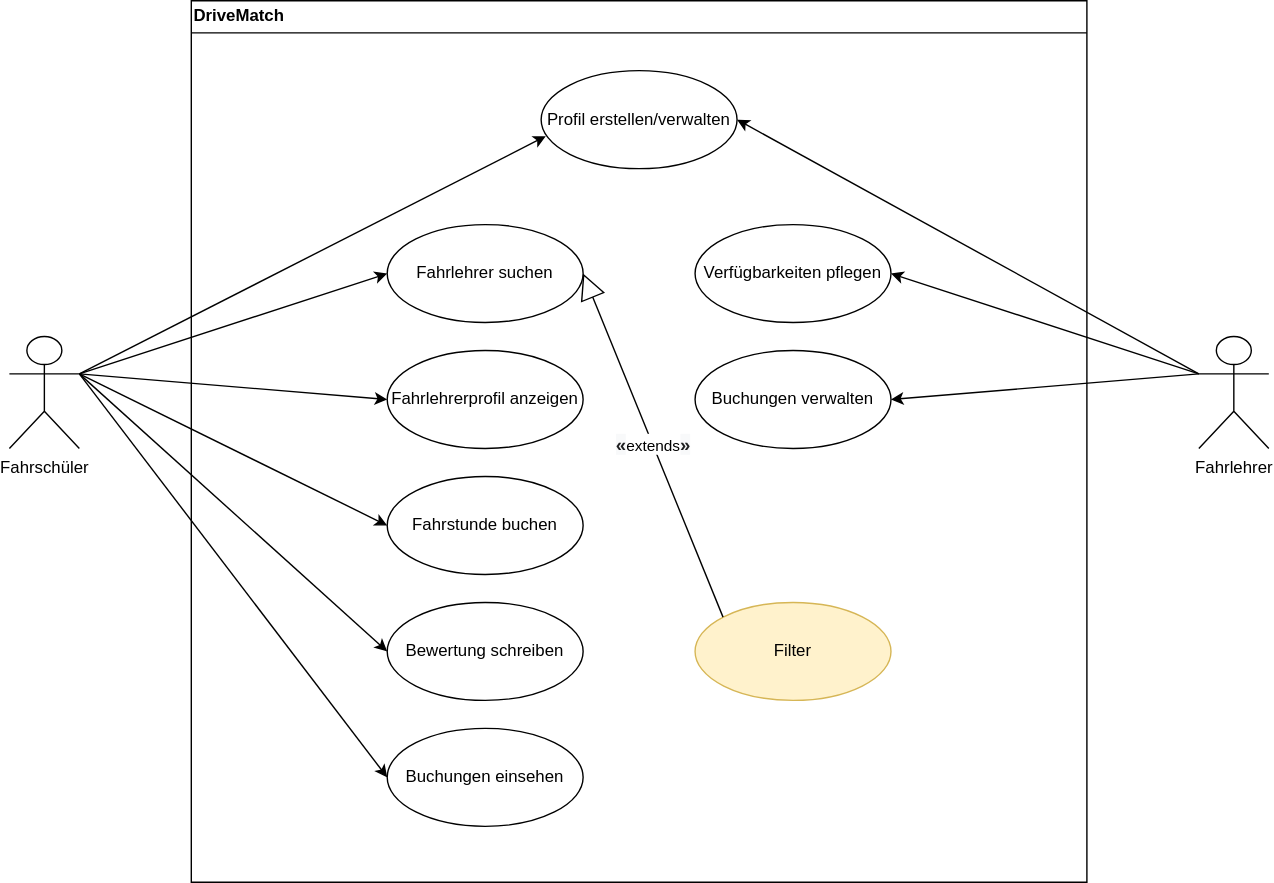
Before: doc/figures/use-case-diagram.drawio.svg, a diagram exported from draw.io (ljodzavsr/Software-Engineering-Semesterprojekt-DriveMatch). Source tidied: cells renumbered, new cells last; positions are measured from the earlier drawing's top-left corner, leaving out a move shared by most shapes.
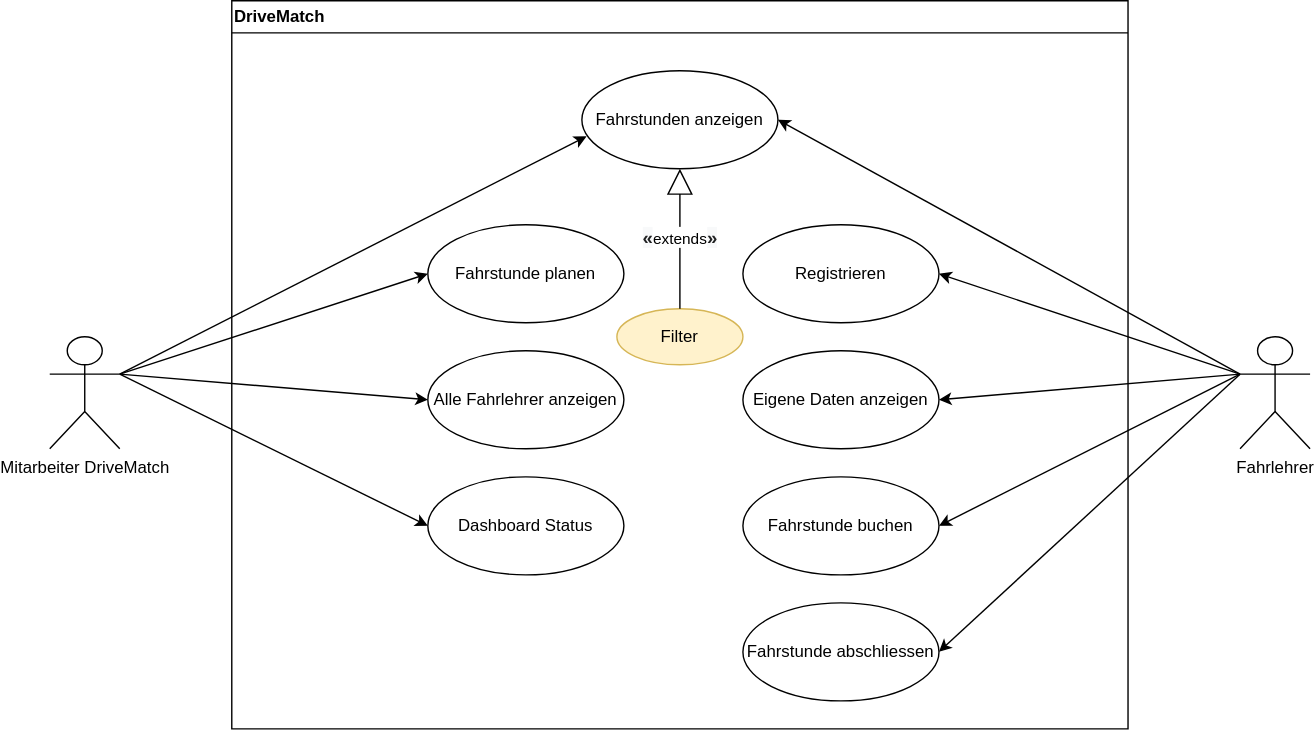
After the change.

Change to the diagram source:
```diff
@@ -6,39 +6,39 @@
       <mxGeometry x="850" y="240" width="50" height="80" as="geometry" />
     </mxCell>
     <mxCell id="3" value="DriveMatch" style="swimlane;whiteSpace=wrap;html=1;align=left;" parent="1" vertex="1">
-      <mxGeometry x="130" width="640" height="630" as="geometry" />
+      <mxGeometry x="130" width="640" height="520" as="geometry" />
     </mxCell>
-    <mxCell id="4" value="Fahrlehrer suchen" style="ellipse;whiteSpace=wrap;html=1;" parent="3" vertex="1">
+    <mxCell id="4" value="Fahrstunde planen" style="ellipse;whiteSpace=wrap;html=1;" parent="3" vertex="1">
       <mxGeometry x="140" y="160" width="140" height="70" as="geometry" />
     </mxCell>
-    <mxCell id="5" value="Fahrstunde buchen" style="ellipse;whiteSpace=wrap;html=1;" parent="3" vertex="1">
+    <mxCell id="5" value="Dashboard Status" style="ellipse;whiteSpace=wrap;html=1;" parent="3" vertex="1">
       <mxGeometry x="140" y="340" width="140" height="70" as="geometry" />
     </mxCell>
-    <mxCell id="6" value="Bewertung schreiben" style="ellipse;whiteSpace=wrap;html=1;" parent="3" vertex="1">
-      <mxGeometry x="140" y="430" width="140" height="70" as="geometry" />
-    </mxCell>
-    <mxCell id="7" value="Fahrlehrerprofil anzeigen" style="ellipse;whiteSpace=wrap;html=1;" parent="3" vertex="1">
+    <mxCell id="7" value="Alle Fahrlehrer anzeigen" style="ellipse;whiteSpace=wrap;html=1;" parent="3" vertex="1">
       <mxGeometry x="140" y="250" width="140" height="70" as="geometry" />
     </mxCell>
-    <mxCell id="8" value="Verfügbarkeiten pflegen" style="ellipse;whiteSpace=wrap;html=1;" parent="3" vertex="1">
-      <mxGeometry x="360" y="160" width="140" height="70" as="geometry" />
+    <mxCell id="8" value="Registrieren" style="ellipse;whiteSpace=wrap;html=1;" parent="3" vertex="1">
+      <mxGeometry x="365" y="160" width="140" height="70" as="geometry" />
     </mxCell>
-    <mxCell id="9" value="Profil erstellen/verwalten" style="ellipse;whiteSpace=wrap;html=1;" parent="3" vertex="1">
+    <mxCell id="9" value="Fahrstunden anzeigen" style="ellipse;whiteSpace=wrap;html=1;" parent="3" vertex="1">
       <mxGeometry x="250" y="50" width="140" height="70" as="geometry" />
     </mxCell>
-    <mxCell id="10" value="Buchungen verwalten" style="ellipse;whiteSpace=wrap;html=1;" parent="3" vertex="1">
-      <mxGeometry x="360" y="250" width="140" height="70" as="geometry" />
-    </mxCell>
     <mxCell id="11" value="Filter" style="ellipse;whiteSpace=wrap;html=1;fillColor=#fff2cc;strokeColor=#d6b656;" parent="3" vertex="1">
-      <mxGeometry x="360" y="430" width="140" height="70" as="geometry" />
+      <mxGeometry x="275" y="220" width="90" height="40" as="geometry" />
     </mxCell>
-    <mxCell id="12" value="&lt;b style=&quot;color: rgb(32, 33, 34); font-family: sans-serif; font-size: 13.3px; text-align: right; text-wrap: wrap; background-color: rgb(248, 249, 250);&quot;&gt;«&lt;/b&gt;extends&lt;b style=&quot;color: rgb(32, 33, 34); font-family: sans-serif; font-size: 13.3px; text-align: right; text-wrap: wrap; background-color: rgb(248, 249, 250);&quot;&gt;»&lt;/b&gt;" style="endArrow=block;endSize=16;endFill=0;html=1;rounded=0;entryX=1;entryY=0.5;entryDx=0;entryDy=0;exitX=0;exitY=0;exitDx=0;exitDy=0;" parent="3" edge="1" source="11" target="4">
+    <mxCell id="12" value="&lt;b style=&quot;color: rgb(32, 33, 34); font-family: sans-serif; font-size: 13.3px; text-align: right; text-wrap: wrap; background-color: rgb(248, 249, 250);&quot;&gt;«&lt;/b&gt;extends&lt;b style=&quot;color: rgb(32, 33, 34); font-family: sans-serif; font-size: 13.3px; text-align: right; text-wrap: wrap; background-color: rgb(248, 249, 250);&quot;&gt;»&lt;/b&gt;" style="endArrow=block;endSize=16;endFill=0;html=1;rounded=0;entryX=0.5;entryY=1;entryDx=0;entryDy=0;exitX=0.5;exitY=0;exitDx=0;exitDy=0;" parent="3" edge="1" source="11" target="9">
       <mxGeometry relative="1" as="geometry" />
     </mxCell>
-    <mxCell id="13" value="Buchungen einsehen" style="ellipse;whiteSpace=wrap;html=1;" parent="3" vertex="1">
-      <mxGeometry x="140" y="520" width="140" height="70" as="geometry" />
-    </mxCell>
+    <mxCell id="24" value="Fahrstunde buchen" style="ellipse;whiteSpace=wrap;html=1;" parent="3" vertex="1">
+      <mxGeometry x="365" y="340" width="140" height="70" as="geometry" />
+    </mxCell>
+    <mxCell id="10" value="Fahrstunde abschliessen" style="ellipse;whiteSpace=wrap;html=1;" parent="3" vertex="1">
+      <mxGeometry x="365" y="430" width="140" height="70" as="geometry" />
+    </mxCell>
+    <mxCell id="25" value="Eigene Daten anzeigen" style="ellipse;whiteSpace=wrap;html=1;" parent="3" vertex="1">
+      <mxGeometry x="365" y="250" width="140" height="70" as="geometry" />
+    </mxCell>
-    <mxCell id="14" value="Fahrschüler" style="shape=umlActor;verticalLabelPosition=bottom;verticalAlign=top;html=1;" parent="1" vertex="1">
+    <mxCell id="14" value="Mitarbeiter DriveMatch" style="shape=umlActor;verticalLabelPosition=bottom;verticalAlign=top;html=1;" parent="1" vertex="1">
       <mxGeometry y="240" width="50" height="80" as="geometry" />
     </mxCell>
     <mxCell id="15" style="endArrow=classic;html=1;rounded=0;exitX=1;exitY=0.3333333333333333;exitDx=0;exitDy=0;exitPerimeter=0;entryX=0;entryY=0.5;entryDx=0;entryDy=0;" parent="1" edge="1" source="14" target="4">
@@ -47,9 +47,6 @@
     <mxCell id="16" style="endArrow=classic;html=1;rounded=0;exitX=1;exitY=0.3333333333333333;exitDx=0;exitDy=0;exitPerimeter=0;entryX=0;entryY=0.5;entryDx=0;entryDy=0;" parent="1" edge="1" source="14" target="5">
       <mxGeometry relative="1" as="geometry" />
     </mxCell>
-    <mxCell id="17" style="endArrow=classic;html=1;rounded=0;entryX=0;entryY=0.5;entryDx=0;entryDy=0;exitX=1;exitY=0.3333333333333333;exitDx=0;exitDy=0;exitPerimeter=0;" parent="1" edge="1" source="14" target="6">
-      <mxGeometry relative="1" as="geometry" />
-    </mxCell>
     <mxCell id="18" style="endArrow=classic;html=1;rounded=0;exitX=1;exitY=0.3333333333333333;exitDx=0;exitDy=0;exitPerimeter=0;entryX=0;entryY=0.5;entryDx=0;entryDy=0;" parent="1" edge="1" source="14" target="7">
       <mxGeometry relative="1" as="geometry" />
     </mxCell>
@@ -59,14 +56,17 @@
     <mxCell id="20" style="endArrow=classic;html=1;rounded=0;exitX=0;exitY=0.3333333333333333;exitDx=0;exitDy=0;exitPerimeter=0;entryX=1;entryY=0.5;entryDx=0;entryDy=0;" parent="1" edge="1" source="2" target="8">
       <mxGeometry relative="1" as="geometry" />
     </mxCell>
+    <mxCell id="22" style="endArrow=classic;html=1;rounded=0;exitX=1;exitY=0.3333333333333333;exitDx=0;exitDy=0;exitPerimeter=0;entryX=0.024;entryY=0.669;entryDx=0;entryDy=0;entryPerimeter=0;" parent="1" edge="1" source="14" target="9">
+      <mxGeometry relative="1" as="geometry" />
+    </mxCell>
+    <mxCell id="26" style="endArrow=classic;html=1;rounded=0;entryX=1;entryY=0.5;entryDx=0;entryDy=0;exitX=0;exitY=0.3333333333333333;exitDx=0;exitDy=0;exitPerimeter=0;" parent="1" edge="1" source="2" target="24">
+      <mxGeometry relative="1" as="geometry" />
+    </mxCell>
     <mxCell id="21" style="endArrow=classic;html=1;rounded=0;exitX=0;exitY=0.3333333333333333;exitDx=0;exitDy=0;exitPerimeter=0;entryX=1;entryY=0.5;entryDx=0;entryDy=0;" parent="1" edge="1" source="2" target="10">
       <mxGeometry relative="1" as="geometry" />
     </mxCell>
-    <mxCell id="22" style="endArrow=classic;html=1;rounded=0;exitX=1;exitY=0.3333333333333333;exitDx=0;exitDy=0;exitPerimeter=0;entryX=0.024;entryY=0.669;entryDx=0;entryDy=0;entryPerimeter=0;" parent="1" edge="1" source="14" target="9">
-      <mxGeometry relative="1" as="geometry" />
-    </mxCell>
-    <mxCell id="23" style="endArrow=classic;html=1;rounded=0;entryX=0;entryY=0.5;entryDx=0;entryDy=0;exitX=1;exitY=0.3333333333333333;exitDx=0;exitDy=0;exitPerimeter=0;" parent="1" edge="1" source="14" target="13">
-      <mxGeometry relative="1" as="geometry" />
-    </mxCell>
+    <mxCell id="27" style="endArrow=classic;html=1;rounded=0;entryX=1;entryY=0.5;entryDx=0;entryDy=0;exitX=0;exitY=0.3333333333333333;exitDx=0;exitDy=0;exitPerimeter=0;" parent="1" edge="1" source="2" target="25">
+      <mxGeometry relative="1" as="geometry" />
+    </mxCell>
   </root>
 </mxGraphModel>
```
